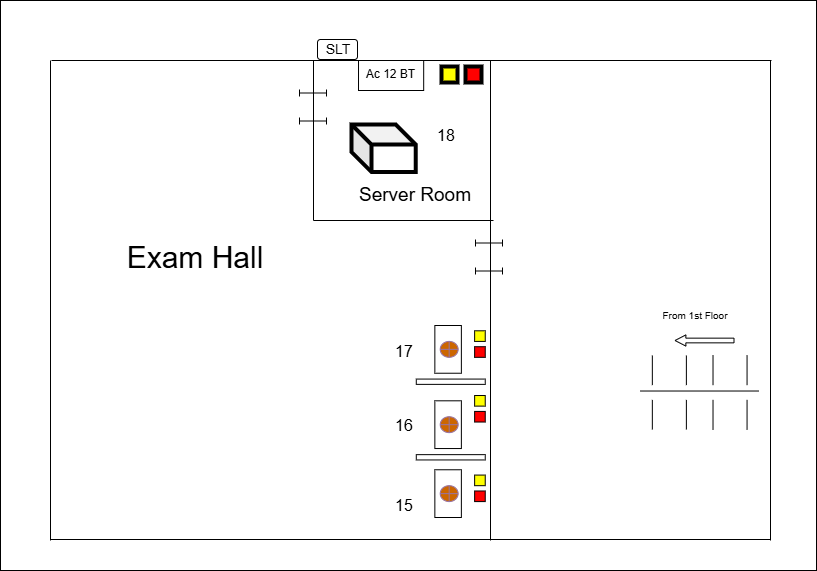
The draw.io diagram nuwaraeliya 2nd floor.png in thushan-harshajeewa/dmt-diagrams, before a commit. Source tidied: cells renumbered, new cells last; positions are measured from the earlier drawing's top-left corner, leaving out a move shared by most shapes.
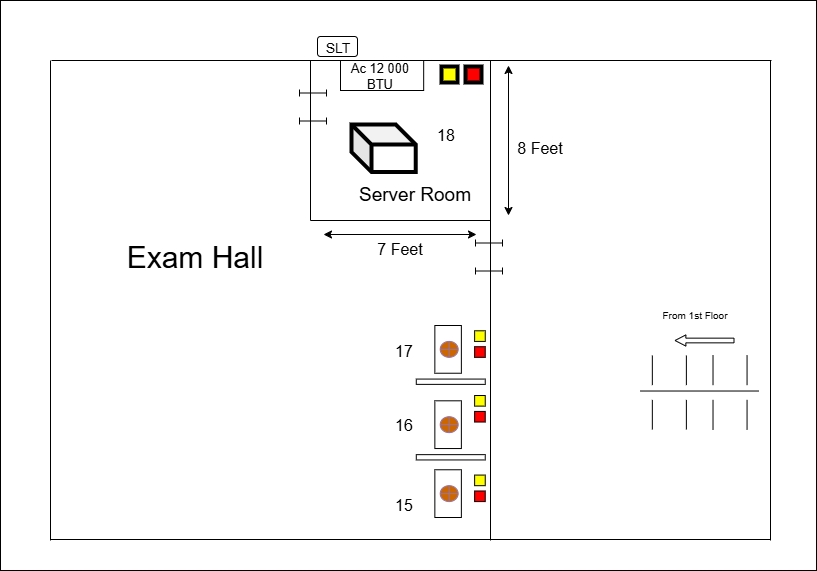
The same file after the commit.

Change to the diagram source:
```diff
@@ -2,91 +2,94 @@
   <root>
     <mxCell id="0" />
     <mxCell id="1" parent="0" />
+    <mxCell id="55" style="group;" parent="1" vertex="1">
+      <mxGeometry width="816" height="570" as="geometry" />
+    </mxCell>
-    <mxCell id="2" style="rounded=0;whiteSpace=wrap;html=1;" parent="1" vertex="1">
+    <mxCell id="2" style="rounded=0;whiteSpace=wrap;html=1;" parent="55" vertex="1">
       <mxGeometry width="816" height="570" as="geometry" />
     </mxCell>
-    <mxCell id="3" style="endArrow=none;html=1;" parent="1" edge="1">
+    <mxCell id="3" style="endArrow=none;html=1;" parent="55" edge="1">
       <mxGeometry relative="1" as="geometry">
         <mxPoint x="50" y="540" as="sourcePoint" />
         <mxPoint x="50" y="60" as="targetPoint" />
       </mxGeometry>
     </mxCell>
-    <mxCell id="4" style="endArrow=none;html=1;" parent="1" edge="1">
+    <mxCell id="4" style="endArrow=none;html=1;" parent="55" edge="1">
       <mxGeometry relative="1" as="geometry">
         <mxPoint x="490" y="540" as="sourcePoint" />
         <mxPoint x="490" y="60" as="targetPoint" />
       </mxGeometry>
     </mxCell>
-    <mxCell id="5" style="endArrow=none;html=1;" parent="1" edge="1">
+    <mxCell id="5" style="endArrow=none;html=1;" parent="55" edge="1">
       <mxGeometry relative="1" as="geometry">
         <mxPoint x="770" y="540" as="sourcePoint" />
         <mxPoint x="770" y="60" as="targetPoint" />
       </mxGeometry>
     </mxCell>
-    <mxCell id="6" value="&lt;font style=&quot;font-size: 30px;&quot;&gt;Exam Hall&lt;/font&gt;" style="text;html=1;align=center;verticalAlign=middle;whiteSpace=wrap;rounded=0;" parent="1" vertex="1">
+    <mxCell id="6" value="&lt;font style=&quot;font-size: 30px;&quot;&gt;Exam Hall&lt;/font&gt;" style="text;html=1;align=center;verticalAlign=middle;whiteSpace=wrap;rounded=0;" parent="55" vertex="1">
       <mxGeometry x="120" y="242" width="150" height="30" as="geometry" />
     </mxCell>
-    <mxCell id="7" style="endArrow=none;html=1;" parent="1" edge="1">
+    <mxCell id="7" style="endArrow=none;html=1;" parent="55" edge="1">
       <mxGeometry relative="1" as="geometry">
         <mxPoint x="51" y="60" as="sourcePoint" />
         <mxPoint x="771" y="60" as="targetPoint" />
       </mxGeometry>
     </mxCell>
-    <mxCell id="8" style="endArrow=none;html=1;" parent="1" edge="1">
+    <mxCell id="8" style="endArrow=none;html=1;" parent="55" edge="1">
       <mxGeometry relative="1" as="geometry">
         <mxPoint x="50" y="539" as="sourcePoint" />
         <mxPoint x="770" y="539" as="targetPoint" />
       </mxGeometry>
     </mxCell>
-    <mxCell id="9" style="endArrow=none;html=1;" parent="1" edge="1">
+    <mxCell id="9" style="endArrow=none;html=1;" parent="55" edge="1">
       <mxGeometry relative="1" as="geometry">
-        <mxPoint x="313" y="220" as="sourcePoint" />
-        <mxPoint x="313" y="60" as="targetPoint" />
+        <mxPoint x="310" y="220" as="sourcePoint" />
+        <mxPoint x="310" y="60" as="targetPoint" />
       </mxGeometry>
     </mxCell>
-    <mxCell id="10" style="endArrow=none;html=1;" parent="1" edge="1">
+    <mxCell id="10" style="endArrow=none;html=1;" parent="55" edge="1">
       <mxGeometry relative="1" as="geometry">
-        <mxPoint x="313" y="220" as="sourcePoint" />
-        <mxPoint x="493" y="220" as="targetPoint" />
+        <mxPoint x="310" y="220" as="sourcePoint" />
+        <mxPoint x="490" y="220" as="targetPoint" />
       </mxGeometry>
     </mxCell>
-    <mxCell id="11" value="&lt;font style=&quot;font-size: 19px;&quot;&gt;Server Room&lt;/font&gt;" style="text;html=1;align=center;verticalAlign=middle;whiteSpace=wrap;rounded=0;" parent="1" vertex="1">
+    <mxCell id="11" value="&lt;font style=&quot;font-size: 19px;&quot;&gt;Server Room&lt;/font&gt;" style="text;html=1;align=center;verticalAlign=middle;whiteSpace=wrap;rounded=0;" parent="55" vertex="1">
       <mxGeometry x="340" y="180" width="150" height="30" as="geometry" />
     </mxCell>
-    <mxCell id="12" style="rounded=0;whiteSpace=wrap;html=1;fillColor=#FFFF00;strokeWidth=4;" parent="1" vertex="1">
+    <mxCell id="12" style="rounded=0;whiteSpace=wrap;html=1;fillColor=#FFFF00;strokeWidth=4;" parent="55" vertex="1">
       <mxGeometry x="441" y="66" width="16" height="16" as="geometry" />
     </mxCell>
-    <mxCell id="13" style="rounded=0;whiteSpace=wrap;html=1;fillColor=#FF0000;strokeWidth=4;" parent="1" vertex="1">
+    <mxCell id="13" style="rounded=0;whiteSpace=wrap;html=1;fillColor=#FF0000;strokeWidth=4;" parent="55" vertex="1">
       <mxGeometry x="465" y="66" width="16" height="16" as="geometry" />
     </mxCell>
-    <mxCell id="14" style="shape=cube;whiteSpace=wrap;html=1;boundedLbl=1;backgroundOutline=1;darkOpacity=0.05;darkOpacity2=0.1;strokeWidth=4;" parent="1" vertex="1">
+    <mxCell id="14" style="shape=cube;whiteSpace=wrap;html=1;boundedLbl=1;backgroundOutline=1;darkOpacity=0.05;darkOpacity2=0.1;strokeWidth=4;" parent="55" vertex="1">
       <mxGeometry x="351" y="124" width="64.2" height="47.5" as="geometry" />
     </mxCell>
-    <mxCell id="15" style="rounded=1;whiteSpace=wrap;html=1;" parent="1" vertex="1">
-      <mxGeometry x="317" y="39" width="40" height="20" as="geometry" />
+    <mxCell id="15" style="rounded=1;whiteSpace=wrap;html=1;" parent="55" vertex="1">
+      <mxGeometry x="317" y="36" width="40" height="20" as="geometry" />
     </mxCell>
-    <mxCell id="16" value="&lt;font style=&quot;font-size: 14px;&quot;&gt;SLT&lt;/font&gt;" style="text;html=1;align=center;verticalAlign=middle;whiteSpace=wrap;rounded=0;" parent="1" vertex="1">
-      <mxGeometry x="309" y="34" width="58" height="29" as="geometry" />
+    <mxCell id="16" value="&lt;font style=&quot;font-size: 14px;&quot;&gt;SLT&lt;/font&gt;" style="text;html=1;align=center;verticalAlign=middle;whiteSpace=wrap;rounded=0;" parent="55" vertex="1">
+      <mxGeometry x="309" y="33" width="58" height="29" as="geometry" />
     </mxCell>
-    <mxCell id="17" style="rounded=0;whiteSpace=wrap;html=1;direction=south;" parent="1" vertex="1">
-      <mxGeometry x="358" y="60" width="65.2" height="30" as="geometry" />
+    <mxCell id="17" style="rounded=0;whiteSpace=wrap;html=1;direction=south;" parent="55" vertex="1">
+      <mxGeometry x="340" y="60" width="83.2" height="30" as="geometry" />
     </mxCell>
-    <mxCell id="18" value="&lt;font&gt;Ac 12 BT&lt;/font&gt;" style="text;html=1;align=center;verticalAlign=middle;whiteSpace=wrap;rounded=0;rotation=0;" parent="1" vertex="1">
-      <mxGeometry x="359" y="68" width="63" height="12" as="geometry" />
+    <mxCell id="18" value="&lt;font style=&quot;font-size: 13px;&quot;&gt;Ac 12 000 BTU&lt;/font&gt;" style="text;html=1;align=center;verticalAlign=middle;whiteSpace=wrap;rounded=0;rotation=0;" parent="55" vertex="1">
+      <mxGeometry x="340" y="70" width="80" height="12" as="geometry" />
     </mxCell>
-    <mxCell id="19" style="shape=crossbar;whiteSpace=wrap;html=1;rounded=1;" parent="1" vertex="1">
+    <mxCell id="19" style="shape=crossbar;whiteSpace=wrap;html=1;rounded=1;" parent="55" vertex="1">
       <mxGeometry x="299" y="117" width="27" height="7" as="geometry" />
     </mxCell>
-    <mxCell id="20" style="shape=crossbar;whiteSpace=wrap;html=1;rounded=1;" parent="1" vertex="1">
+    <mxCell id="20" style="shape=crossbar;whiteSpace=wrap;html=1;rounded=1;" parent="55" vertex="1">
       <mxGeometry x="299" y="89" width="27" height="7" as="geometry" />
     </mxCell>
-    <mxCell id="21" style="shape=crossbar;whiteSpace=wrap;html=1;rounded=1;" parent="1" vertex="1">
+    <mxCell id="21" style="shape=crossbar;whiteSpace=wrap;html=1;rounded=1;" parent="55" vertex="1">
       <mxGeometry x="475" y="267" width="27" height="7" as="geometry" />
     </mxCell>
-    <mxCell id="22" style="shape=crossbar;whiteSpace=wrap;html=1;rounded=1;" parent="1" vertex="1">
+    <mxCell id="22" style="shape=crossbar;whiteSpace=wrap;html=1;rounded=1;" parent="55" vertex="1">
       <mxGeometry x="475" y="239" width="27" height="7" as="geometry" />
     </mxCell>
-    <mxCell id="23" style="group;" parent="1" vertex="1">
+    <mxCell id="23" style="group;" parent="55" vertex="1">
       <mxGeometry x="359" y="242" width="128.7" height="290" as="geometry" />
     </mxCell>
     <mxCell id="24" style="group;" parent="23" vertex="1">
@@ -143,16 +146,16 @@
     <mxCell id="41" value="&lt;span style=&quot;font-size: 16px;&quot;&gt;17&lt;/span&gt;&lt;div&gt;&lt;span style=&quot;font-size: 16px;&quot;&gt;&lt;br&gt;&lt;/span&gt;&lt;/div&gt;" style="text;html=1;align=center;verticalAlign=middle;whiteSpace=wrap;rounded=0;" parent="23" vertex="1">
       <mxGeometry x="15.4" y="104" width="60" height="30" as="geometry" />
     </mxCell>
-    <mxCell id="42" style="shape=flexArrow;endArrow=classic;html=1;width=4.705882352941177;endSize=3.2848684210526318;endWidth=5.479876160990712;" parent="1" edge="1">
+    <mxCell id="42" style="shape=flexArrow;endArrow=classic;html=1;width=4.705882352941177;endSize=3.2848684210526318;endWidth=5.479876160990712;" parent="55" edge="1">
       <mxGeometry relative="1" as="geometry">
         <mxPoint x="734" y="340" as="sourcePoint" />
         <mxPoint x="674" y="340" as="targetPoint" />
       </mxGeometry>
     </mxCell>
-    <mxCell id="43" value="&lt;span style=&quot;font-size: 10px;&quot;&gt;From 1st Floor&lt;/span&gt;" style="text;html=1;align=center;verticalAlign=middle;whiteSpace=wrap;rounded=0;" parent="1" vertex="1">
+    <mxCell id="43" value="&lt;span style=&quot;font-size: 10px;&quot;&gt;From 1st Floor&lt;/span&gt;" style="text;html=1;align=center;verticalAlign=middle;whiteSpace=wrap;rounded=0;" parent="55" vertex="1">
       <mxGeometry x="655" y="300" width="80" height="30" as="geometry" />
     </mxCell>
-    <mxCell id="44" style="group;" parent="1" vertex="1">
+    <mxCell id="44" style="group;" parent="55" vertex="1">
       <mxGeometry x="640" y="355" width="118.4" height="74" as="geometry" />
     </mxCell>
     <mxCell id="45" style="endArrow=none;html=1;" parent="44" edge="1">
@@ -209,8 +212,26 @@
         <mxPoint x="106.6" y="44.4" as="targetPoint" />
       </mxGeometry>
     </mxCell>
-    <mxCell id="54" value="&lt;span style=&quot;font-size: 16px;&quot;&gt;18&lt;/span&gt;" style="text;html=1;align=center;verticalAlign=middle;whiteSpace=wrap;rounded=0;" parent="1" vertex="1">
+    <mxCell id="54" value="&lt;span style=&quot;font-size: 16px;&quot;&gt;18&lt;/span&gt;" style="text;html=1;align=center;verticalAlign=middle;whiteSpace=wrap;rounded=0;" parent="55" vertex="1">
       <mxGeometry x="415.8" y="120" width="60" height="30" as="geometry" />
     </mxCell>
+    <mxCell id="56" style="endArrow=classic;startArrow=classic;html=1;" parent="55" edge="1">
+      <mxGeometry relative="1" as="geometry">
+        <mxPoint x="323" y="234" as="sourcePoint" />
+        <mxPoint x="476" y="234" as="targetPoint" />
+      </mxGeometry>
+    </mxCell>
+    <mxCell id="57" value="&lt;span style=&quot;font-size: 16px;&quot;&gt;7 Feet&lt;/span&gt;" style="text;html=1;align=center;verticalAlign=middle;whiteSpace=wrap;rounded=0;" parent="55" vertex="1">
+      <mxGeometry x="370" y="234" width="60" height="30" as="geometry" />
+    </mxCell>
+    <mxCell id="58" style="endArrow=classic;startArrow=classic;html=1;" parent="55" edge="1">
+      <mxGeometry relative="1" as="geometry">
+        <mxPoint x="508" y="215" as="sourcePoint" />
+        <mxPoint x="508" y="65" as="targetPoint" />
+      </mxGeometry>
+    </mxCell>
+    <mxCell id="59" value="&lt;span style=&quot;font-size: 16px;&quot;&gt;8 Feet&lt;/span&gt;" style="text;html=1;align=center;verticalAlign=middle;whiteSpace=wrap;rounded=0;" parent="55" vertex="1">
+      <mxGeometry x="510" y="132.8" width="60" height="30" as="geometry" />
+    </mxCell>
   </root>
 </mxGraphModel>
```
